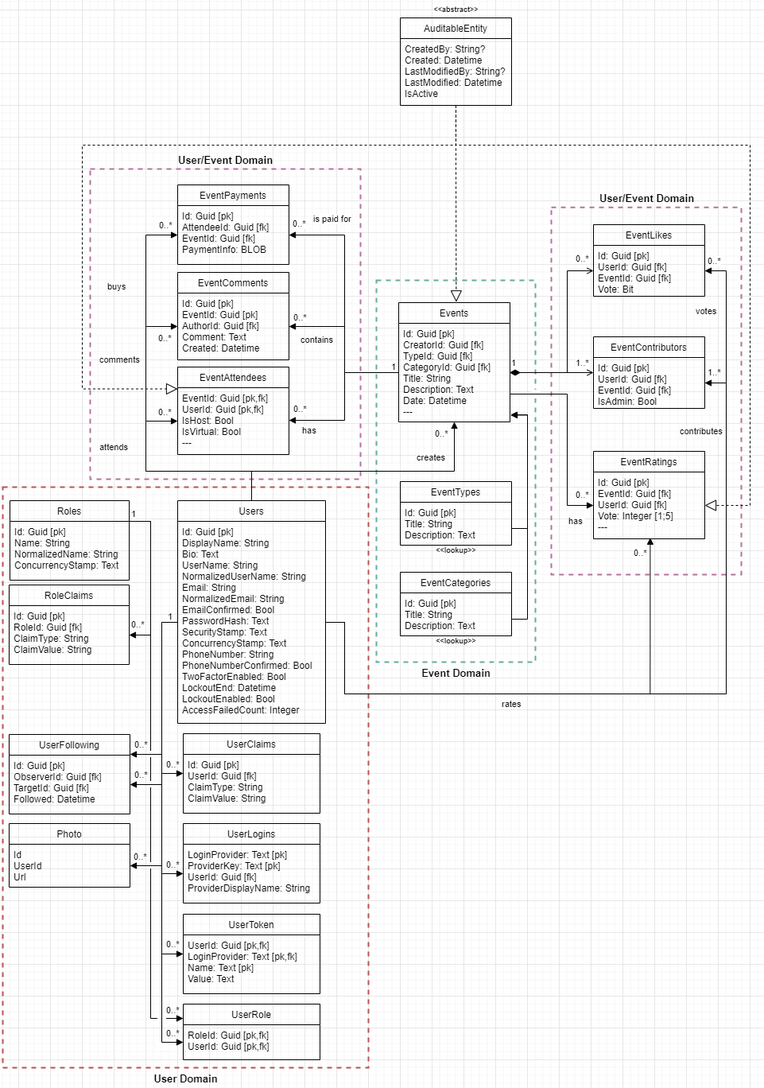
Super0silveR/DowntownApp-CAPSTONE keeps this draw.io diagram as Documentation/Diagrams/Domain/class_uml.drawio.png. Above is the earlier version. Source tidied: cells renumbered, new cells last; positions are measured from the earlier drawing's top-left corner, leaving out a move shared by most shapes.
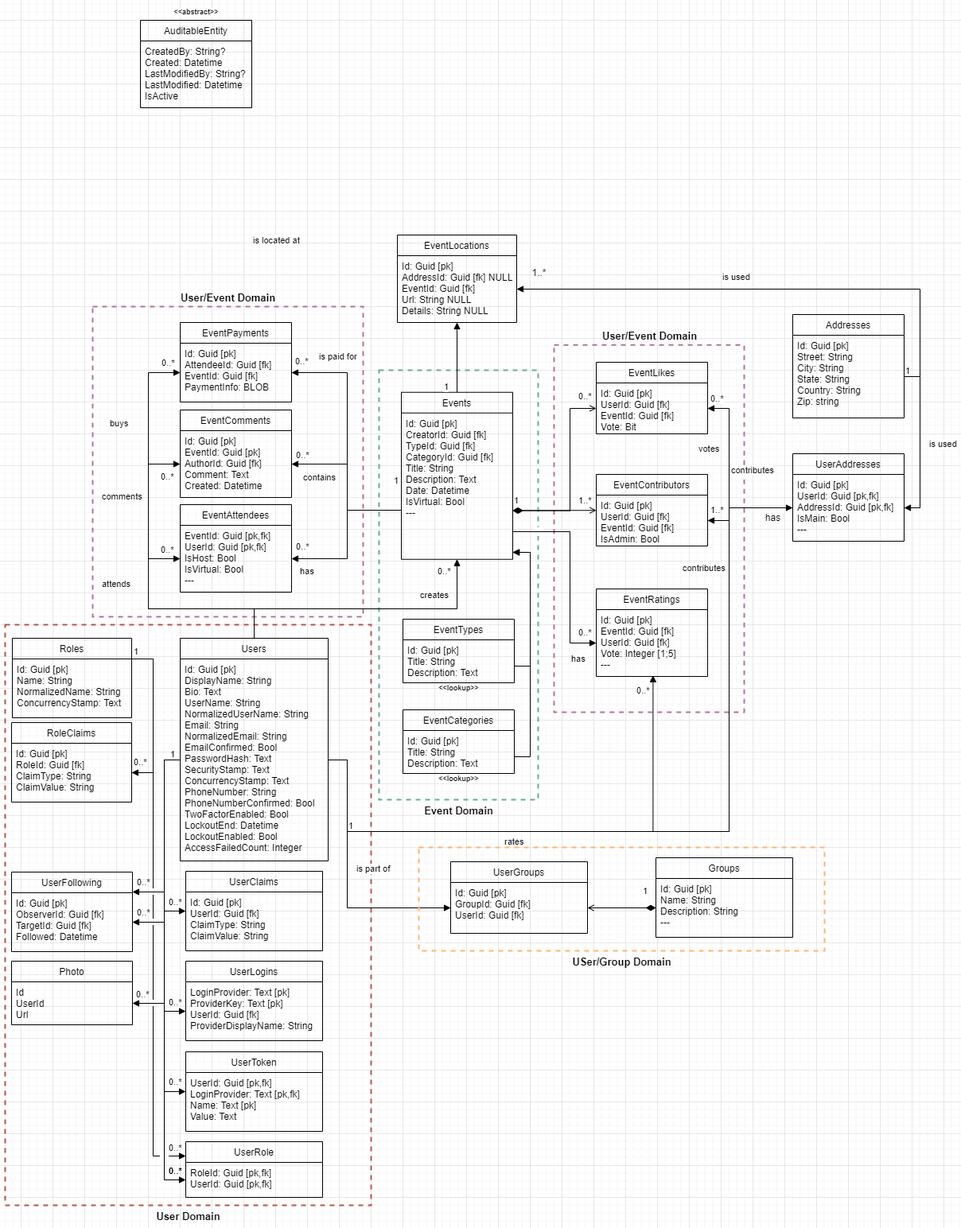
Later version of the same file.

Commit message:
modified the uml diagram.

The edit, as a diff of the source:
```diff
@@ -2,19 +2,22 @@
   <root>
     <mxCell id="0" />
     <mxCell id="1" parent="0" />
+    <mxCell id="113" style="verticalLabelPosition=bottom;verticalAlign=top;html=1;shape=mxgraph.basic.rect;fillColor2=none;strokeWidth=1;size=3.5;indent=0;strokeColor=#FFFFFF;fontSize=13;fontColor=none;fillColor=default;labelBackgroundColor=none;" parent="1" vertex="1">
+      <mxGeometry x="598" y="176" width="10" height="7" as="geometry" />
+    </mxCell>
     <mxCell id="2" value="&lt;b&gt;&lt;font style=&quot;font-size: 13px;&quot;&gt;User Domain&lt;/font&gt;&lt;/b&gt;" style="verticalLabelPosition=bottom;verticalAlign=top;html=1;shape=mxgraph.basic.rect;fillColor2=none;strokeWidth=2;size=20;indent=5;fillColor=none;dashed=1;strokeColor=#b85450;" parent="1" vertex="1">
       <mxGeometry y="610" width="460" height="730" as="geometry" />
     </mxCell>
     <mxCell id="3" value="&lt;b&gt;&lt;font style=&quot;font-size: 13px;&quot;&gt;Event Domain&lt;/font&gt;&lt;/b&gt;" style="verticalLabelPosition=bottom;verticalAlign=top;html=1;shape=mxgraph.basic.rect;fillColor2=none;strokeWidth=2;size=20;indent=5;fillColor=none;dashed=1;strokeColor=#67AB9F;labelPosition=center;align=center;" parent="1" vertex="1">
-      <mxGeometry x="470" y="350" width="200" height="480" as="geometry" />
+      <mxGeometry x="470" y="290" width="200" height="540" as="geometry" />
     </mxCell>
     <mxCell id="4" value="&lt;b&gt;&lt;font style=&quot;font-size: 13px;&quot;&gt;User/Event Domain&lt;/font&gt;&lt;/b&gt;" style="verticalLabelPosition=top;verticalAlign=bottom;html=1;shape=mxgraph.basic.rect;fillColor2=none;strokeWidth=2;size=20;indent=5;fillColor=none;dashed=1;strokeColor=#B5739D;labelPosition=center;align=center;" parent="1" vertex="1">
       <mxGeometry x="690" y="258.1" width="239" height="461.9" as="geometry" />
     </mxCell>
-    <mxCell id="5" value="1" style="endArrow=open;html=1;endSize=6;startArrow=diamondThin;startSize=10;startFill=1;align=left;verticalAlign=bottom;rounded=0;exitX=1;exitY=0.5;exitDx=0;exitDy=0;edgeStyle=orthogonalEdgeStyle;entryX=0;entryY=0.5;entryDx=0;entryDy=0;" parent="1" edge="1" source="21" target="74">
+    <mxCell id="5" value="1" style="endArrow=open;html=1;endSize=6;startArrow=diamondThin;startSize=10;startFill=1;align=left;verticalAlign=bottom;rounded=0;exitX=1.004;exitY=0.667;exitDx=0;exitDy=0;edgeStyle=orthogonalEdgeStyle;entryX=0;entryY=0.5;entryDx=0;entryDy=0;exitPerimeter=0;" parent="1" edge="1" source="21" target="74">
       <mxGeometry x="-1" y="3" relative="1" as="geometry">
         <Array as="points">
-          <mxPoint x="710" y="466" />
+          <mxPoint x="710" y="467" />
           <mxPoint x="710" y="338" />
         </Array>
       </mxGeometry>
@@ -22,7 +25,7 @@
     <mxCell id="6" value="&lt;b&gt;&lt;font style=&quot;font-size: 13px;&quot;&gt;User/Event Domain&lt;/font&gt;&lt;/b&gt;" style="verticalLabelPosition=top;verticalAlign=bottom;html=1;shape=mxgraph.basic.rect;fillColor2=none;strokeWidth=2;size=20;indent=5;fillColor=none;dashed=1;strokeColor=#B5739D;labelPosition=center;align=center;" parent="1" vertex="1">
       <mxGeometry x="110" y="210" width="340" height="390" as="geometry" />
     </mxCell>
-    <mxCell id="7" value="1" style="endArrow=open;html=1;endSize=6;startArrow=diamondThin;startSize=10;startFill=1;align=left;verticalAlign=bottom;rounded=0;exitX=1;exitY=0.5;exitDx=0;exitDy=0;" parent="1" edge="1" source="21" target="32">
+    <mxCell id="7" value="1" style="endArrow=open;html=1;endSize=6;startArrow=diamondThin;startSize=10;startFill=1;align=left;verticalAlign=bottom;rounded=0;exitX=0.997;exitY=0.667;exitDx=0;exitDy=0;exitPerimeter=0;" parent="1" edge="1" source="21" target="32">
       <mxGeometry x="-1" y="3" relative="1" as="geometry" />
     </mxCell>
     <mxCell id="8" value="RoleClaims" style="swimlane;fontStyle=0;horizontal=1;startSize=26;fillColor=none;labelBackgroundColor=none;" parent="1" vertex="1">
@@ -79,10 +82,10 @@
       <mxGeometry y="26" width="186" height="254" as="geometry" />
     </mxCell>
     <mxCell id="20" value="Events" style="swimlane;fontStyle=0;horizontal=1;startSize=26;fillColor=none;" parent="1" vertex="1">
-      <mxGeometry x="498" y="378" width="140" height="150" as="geometry" />
+      <mxGeometry x="498" y="317.8" width="140" height="210" as="geometry" />
     </mxCell>
-    <mxCell id="21" value="Id: Guid [pk]&#10;CreatorId: Guid [fk]&#10;TypeId: Guid [fk]&#10;CategoryId: Guid [fk]&#10;Title: String&#10;Description: Text&#10;Date: Datetime&#10;---&#10;" style="text;strokeColor=none;fillColor=none;align=left;verticalAlign=top;spacingLeft=4;spacingRight=4;overflow=hidden;points=[[0,0.5],[1,0.5]];portConstraint=eastwest;" parent="20" vertex="1">
-      <mxGeometry y="26" width="140" height="124" as="geometry" />
+    <mxCell id="21" value="Id: Guid [pk]&#10;CreatorId: Guid [fk]&#10;TypeId: Guid [fk]&#10;CategoryId: Guid [fk]&#10;Title: String&#10;Description: Text&#10;Date: Datetime&#10;IsVirtual: Bool&#10;---&#10;" style="text;strokeColor=none;fillColor=none;align=left;verticalAlign=top;spacingLeft=4;spacingRight=4;overflow=hidden;points=[[0,0.5],[1,0.5]];portConstraint=eastwest;" parent="20" vertex="1">
+      <mxGeometry y="26" width="140" height="184" as="geometry" />
     </mxCell>
     <mxCell id="22" value="EventAttendees" style="swimlane;fontStyle=0;horizontal=1;startSize=26;fillColor=none;" parent="1" vertex="1">
       <mxGeometry x="220" y="459" width="140" height="110" as="geometry" />
@@ -100,10 +103,11 @@
       </mxGeometry>
     </mxCell>
     <mxCell id="25" value="has" style="endArrow=block;endFill=1;html=1;align=left;verticalAlign=top;rounded=0;entryX=1;entryY=0.5;entryDx=0;entryDy=0;exitX=0;exitY=0.5;exitDx=0;exitDy=0;edgeStyle=orthogonalEdgeStyle;" parent="1" edge="1" source="21" target="23">
-      <mxGeometry x="0.85" relative="1" as="geometry">
+      <mxGeometry x="0.91" y="3" relative="1" as="geometry">
         <Array as="points">
+          <mxPoint x="498" y="466" />
           <mxPoint x="430" y="466" />
-          <mxPoint x="430" y="526" />
+          <mxPoint x="430" y="527" />
         </Array>
       </mxGeometry>
     </mxCell>
@@ -424,7 +428,7 @@
       <mxGeometry x="35" y="100" width="70" height="20" as="geometry" />
     </mxCell>
     <mxCell id="92" style="group;" parent="1" vertex="1">
-      <mxGeometry x="500" width="140" height="145" as="geometry" />
+      <mxGeometry x="170" y="-170" width="140" height="145" as="geometry" />
     </mxCell>
     <mxCell id="93" style="group;" parent="92" vertex="1">
       <mxGeometry y="20" width="140" height="125" as="geometry" />
@@ -438,34 +442,6 @@
     <mxCell id="96" value="&amp;lt;&amp;lt;&lt;span style=&quot;font-size: 9px;&quot;&gt;abstract&lt;/span&gt;&amp;gt;&amp;gt;" style="text;html=1;align=center;verticalAlign=middle;strokeColor=none;fillColor=none;fontSize=9;fontStyle=1;labelBackgroundColor=default;" parent="92" vertex="1">
       <mxGeometry x="30" width="80" height="20" as="geometry" />
     </mxCell>
-    <mxCell id="97" style="endArrow=block;dashed=1;endFill=0;endSize=12;html=1;rounded=0;labelBackgroundColor=none;fontSize=9;entryX=0.517;entryY=-0.005;entryDx=0;entryDy=0;edgeStyle=orthogonalEdgeStyle;entryPerimeter=0;" parent="1" edge="1" source="95" target="20">
-      <mxGeometry relative="1" as="geometry">
-        <Array as="points">
-          <mxPoint x="570" y="190" />
-          <mxPoint x="570" y="190" />
-        </Array>
-      </mxGeometry>
-    </mxCell>
-    <mxCell id="98" style="endArrow=block;dashed=1;endFill=0;endSize=12;html=1;rounded=0;labelBackgroundColor=none;fontSize=9;entryX=0;entryY=0.25;entryDx=0;entryDy=0;edgeStyle=orthogonalEdgeStyle;" parent="1" edge="1" target="22">
-      <mxGeometry relative="1" as="geometry">
-        <mxPoint x="570" y="130" as="sourcePoint" />
-        <Array as="points">
-          <mxPoint x="570" y="180" />
-          <mxPoint x="100" y="180" />
-          <mxPoint x="100" y="487" />
-        </Array>
-      </mxGeometry>
-    </mxCell>
-    <mxCell id="99" style="endArrow=block;dashed=1;endFill=0;endSize=12;html=1;rounded=0;labelBackgroundColor=none;fontSize=9;entryX=1;entryY=0.5;entryDx=0;entryDy=0;edgeStyle=orthogonalEdgeStyle;" parent="1" edge="1" target="53">
-      <mxGeometry relative="1" as="geometry">
-        <mxPoint x="570" y="130" as="sourcePoint" />
-        <Array as="points">
-          <mxPoint x="570" y="180" />
-          <mxPoint x="940" y="180" />
-          <mxPoint x="940" y="633" />
-        </Array>
-      </mxGeometry>
-    </mxCell>
     <mxCell id="100" style="group;" parent="1" vertex="1">
       <mxGeometry x="500" y="694" width="140" height="123" as="geometry" />
     </mxCell>
@@ -481,9 +457,10 @@
     <mxCell id="104" value="&amp;lt;&amp;lt;&lt;span style=&quot;font-size: 9px;&quot;&gt;lookup&lt;/span&gt;&amp;gt;&amp;gt;" style="text;html=1;align=center;verticalAlign=middle;strokeColor=none;fillColor=none;fontSize=9;fontStyle=1;labelBackgroundColor=default;" parent="100" vertex="1">
       <mxGeometry x="35" y="100" width="70" height="20" as="geometry" />
     </mxCell>
-    <mxCell id="105" style="endArrow=block;endFill=1;html=1;align=left;verticalAlign=top;rounded=0;exitX=1;exitY=0.5;exitDx=0;exitDy=0;edgeStyle=orthogonalEdgeStyle;entryX=1.005;entryY=0.931;entryDx=0;entryDy=0;entryPerimeter=0;" parent="1" edge="1" source="90" target="21">
+    <mxCell id="105" style="endArrow=block;endFill=1;html=1;align=left;verticalAlign=top;rounded=0;exitX=1;exitY=0.5;exitDx=0;exitDy=0;edgeStyle=orthogonalEdgeStyle;entryX=1.001;entryY=0.952;entryDx=0;entryDy=0;entryPerimeter=0;" parent="1" edge="1" source="90" target="21">
       <mxGeometry x="-0.2" y="-20" relative="1" as="geometry">
         <Array as="points">
+          <mxPoint x="640" y="662" />
           <mxPoint x="660" y="662" />
           <mxPoint x="660" y="519" />
         </Array>
@@ -492,9 +469,10 @@
     <mxCell id="106" style="verticalLabelPosition=bottom;verticalAlign=top;html=1;shape=mxgraph.basic.rect;fillColor2=none;strokeWidth=1;size=20;indent=0;strokeColor=#FFFFFF;fontSize=13;fontColor=none;fillColor=default;labelBackgroundColor=none;" parent="1" vertex="1">
       <mxGeometry x="181" y="942" width="10" height="7" as="geometry" />
     </mxCell>
-    <mxCell id="107" style="endArrow=block;endFill=1;html=1;align=left;verticalAlign=top;rounded=0;exitX=1;exitY=0.5;exitDx=0;exitDy=0;edgeStyle=orthogonalEdgeStyle;entryX=1.007;entryY=0.929;entryDx=0;entryDy=0;entryPerimeter=0;" parent="1" edge="1" source="103" target="21">
+    <mxCell id="107" style="endArrow=block;endFill=1;html=1;align=left;verticalAlign=top;rounded=0;exitX=1;exitY=0.5;exitDx=0;exitDy=0;edgeStyle=orthogonalEdgeStyle;" parent="1" edge="1" source="103" target="21">
       <mxGeometry x="-0.2" y="-20" relative="1" as="geometry">
         <Array as="points">
+          <mxPoint x="640" y="776" />
           <mxPoint x="660" y="776" />
           <mxPoint x="660" y="519" />
         </Array>
@@ -530,5 +508,106 @@
         <mxPoint x="-16" y="186" as="offset" />
       </mxGeometry>
     </mxCell>
+    <mxCell id="114" value="Addresses" style="swimlane;fontStyle=0;horizontal=1;startSize=26;fillColor=none;" parent="1" vertex="1">
+      <mxGeometry x="990" y="220" width="140" height="130" as="geometry" />
+    </mxCell>
+    <mxCell id="115" value="Id: Guid [pk]&#10;Street: String&#10;City: String&#10;State: String&#10;Country: String&#10;Zip: string" style="text;strokeColor=none;fillColor=none;align=left;verticalAlign=top;spacingLeft=4;spacingRight=4;overflow=hidden;points=[[0,0.5],[1,0.5]];portConstraint=eastwest;" parent="114" vertex="1">
+      <mxGeometry y="26" width="140" height="104" as="geometry" />
+    </mxCell>
+    <mxCell id="116" value="UserAddresses" style="swimlane;fontStyle=0;horizontal=1;startSize=26;fillColor=none;" parent="1" vertex="1">
+      <mxGeometry x="990" y="395" width="140" height="110" as="geometry" />
+    </mxCell>
+    <mxCell id="117" value="Id: Guid [pk]&#10;UserId: Guid [pk,fk]&#10;AddressId: Guid [pk,fk]&#10;IsMain: Bool&#10;---" style="text;strokeColor=none;fillColor=none;align=left;verticalAlign=top;spacingLeft=4;spacingRight=4;overflow=hidden;points=[[0,0.5],[1,0.5]];portConstraint=eastwest;" parent="116" vertex="1">
+      <mxGeometry y="26" width="140" height="84" as="geometry" />
+    </mxCell>
+    <mxCell id="118" value="is used" style="endArrow=block;endFill=1;html=1;edgeStyle=orthogonalEdgeStyle;align=left;verticalAlign=top;rounded=0;exitX=1;exitY=0.5;exitDx=0;exitDy=0;entryX=1;entryY=0.5;entryDx=0;entryDy=0;" parent="1" edge="1" source="115" target="117">
+      <mxGeometry x="-0.1" y="10" relative="1" as="geometry">
+        <Array as="points">
+          <mxPoint x="1150" y="298" />
+          <mxPoint x="1150" y="463" />
+        </Array>
+      </mxGeometry>
+    </mxCell>
+    <mxCell id="119" value="1" style="edgeLabel;html=1;align=left;verticalAlign=bottom;" parent="118" vertex="1">
+      <mxGeometry x="-1" relative="1" as="geometry" />
+    </mxCell>
+    <mxCell id="120" value="contributes" style="endArrow=block;endFill=1;html=1;align=left;verticalAlign=top;rounded=0;exitX=1;exitY=0.5;exitDx=0;exitDy=0;edgeStyle=orthogonalEdgeStyle;entryX=0;entryY=0.5;entryDx=0;entryDy=0;" parent="1" edge="1" source="19" target="117">
+      <mxGeometry x="0.85" y="60" relative="1" as="geometry">
+        <Array as="points">
+          <mxPoint x="430" y="780" />
+          <mxPoint x="430" y="870" />
+          <mxPoint x="910" y="870" />
+          <mxPoint x="910" y="463" />
+        </Array>
+      </mxGeometry>
+    </mxCell>
+    <mxCell id="121" value="0..*" style="edgeLabel;html=1;align=left;verticalAlign=bottom;labelBackgroundColor=none;" parent="120" vertex="1">
+      <mxGeometry x="-1" relative="1" as="geometry">
+        <mxPoint x="-202" y="524" as="offset" />
+      </mxGeometry>
+    </mxCell>
+    <mxCell id="122" value="has" style="text;html=1;align=center;verticalAlign=middle;strokeColor=none;fillColor=none;" parent="1" vertex="1">
+      <mxGeometry x="945" y="461" width="40" height="30" as="geometry" />
+    </mxCell>
+    <mxCell id="123" value="EventLocations" style="swimlane;fontStyle=0;horizontal=1;startSize=26;fillColor=none;" parent="1" vertex="1">
+      <mxGeometry x="493" y="120" width="150" height="110" as="geometry" />
+    </mxCell>
+    <mxCell id="124" value="Id: Guid [pk]&#10;AddressId: Guid [fk] NULL&#10;EventId: Guid [fk]&#10;Url: String NULL&#10;Details: String NULL" style="text;strokeColor=none;fillColor=none;align=left;verticalAlign=top;spacingLeft=4;spacingRight=4;overflow=hidden;points=[[0,0.5],[1,0.5]];portConstraint=eastwest;" parent="123" vertex="1">
+      <mxGeometry y="26" width="150" height="84" as="geometry" />
+    </mxCell>
+    <mxCell id="125" value="is located at" style="endArrow=block;endFill=1;html=1;edgeStyle=orthogonalEdgeStyle;align=left;verticalAlign=top;rounded=0;exitX=0.5;exitY=0;exitDx=0;exitDy=0;" parent="1" edge="1" source="20" target="124">
+      <mxGeometry x="0.28" y="165" relative="1" as="geometry">
+        <Array as="points">
+          <mxPoint x="568" y="240" />
+          <mxPoint x="568" y="240" />
+        </Array>
+        <mxPoint x="-93" y="-148" as="offset" />
+      </mxGeometry>
+    </mxCell>
+    <mxCell id="126" value="1" style="edgeLabel;html=1;align=left;verticalAlign=bottom;" parent="125" vertex="1">
+      <mxGeometry x="-1" relative="1" as="geometry">
+        <mxPoint x="-18" as="offset" />
+      </mxGeometry>
+    </mxCell>
+    <mxCell id="127" value="1..*" style="text;html=1;align=center;verticalAlign=middle;strokeColor=none;fillColor=none;" parent="1" vertex="1">
+      <mxGeometry x="650.8" y="153" width="40" height="30" as="geometry" />
+    </mxCell>
+    <mxCell id="128" value="is used" style="endArrow=block;endFill=1;html=1;edgeStyle=orthogonalEdgeStyle;align=left;verticalAlign=top;rounded=0;exitX=1;exitY=0.5;exitDx=0;exitDy=0;entryX=1;entryY=0.5;entryDx=0;entryDy=0;" parent="1" edge="1" source="115" target="124">
+      <mxGeometry x="0.19" y="-28" relative="1" as="geometry">
+        <Array as="points">
+          <mxPoint x="1150" y="298" />
+          <mxPoint x="1150" y="188" />
+        </Array>
+      </mxGeometry>
+    </mxCell>
+    <mxCell id="129" value="1" style="edgeLabel;html=1;align=left;verticalAlign=bottom;" parent="128" vertex="1">
+      <mxGeometry x="-1" relative="1" as="geometry" />
+    </mxCell>
+    <mxCell id="130" value="Groups" style="swimlane;fontStyle=0;horizontal=1;startSize=26;fillColor=none;labelBackgroundColor=none;" parent="1" vertex="1">
+      <mxGeometry x="818" y="903" width="172" height="100" as="geometry" />
+    </mxCell>
+    <mxCell id="131" value="Id: Guid [pk]&#10;Name: String&#10;Description: String&#10;---" style="text;strokeColor=none;fillColor=none;align=left;verticalAlign=top;spacingLeft=4;spacingRight=4;overflow=hidden;points=[[0,0.5],[1,0.5]];portConstraint=eastwest;labelBackgroundColor=none;" parent="130" vertex="1">
+      <mxGeometry y="26" width="172" height="74" as="geometry" />
+    </mxCell>
+    <mxCell id="132" value="UserGroups" style="swimlane;fontStyle=0;horizontal=1;startSize=26;fillColor=none;labelBackgroundColor=none;" parent="1" vertex="1">
+      <mxGeometry x="560" y="908" width="172" height="90" as="geometry" />
+    </mxCell>
+    <mxCell id="133" value="Id: Guid [pk]&#10;GroupId: Guid [fk]&#10;UserId: Guid [fk]" style="text;strokeColor=none;fillColor=none;align=left;verticalAlign=top;spacingLeft=4;spacingRight=4;overflow=hidden;points=[[0,0.5],[1,0.5]];portConstraint=eastwest;labelBackgroundColor=none;" parent="132" vertex="1">
+      <mxGeometry y="26" width="172" height="64" as="geometry" />
+    </mxCell>
+    <mxCell id="134" value="1" style="endArrow=open;html=1;endSize=6;startArrow=diamondThin;startSize=10;startFill=1;align=left;verticalAlign=bottom;rounded=0;exitX=0;exitY=0.5;exitDx=0;exitDy=0;entryX=1;entryY=0.5;entryDx=0;entryDy=0;" parent="1" edge="1" source="131" target="133">
+      <mxGeometry x="-0.58" y="-12" relative="1" as="geometry" />
+    </mxCell>
+    <mxCell id="135" value="is part of" style="endArrow=block;endFill=1;html=1;edgeStyle=orthogonalEdgeStyle;align=left;verticalAlign=top;rounded=0;entryX=0;entryY=0.5;entryDx=0;entryDy=0;" parent="1" edge="1" target="133">
+      <mxGeometry x="-0.71" y="10" relative="1" as="geometry">
+        <mxPoint x="430" y="870" as="sourcePoint" />
+      </mxGeometry>
+    </mxCell>
+    <mxCell id="136" value="1" style="edgeLabel;html=1;align=left;verticalAlign=bottom;" parent="135" vertex="1">
+      <mxGeometry x="-1" relative="1" as="geometry" />
+    </mxCell>
+    <mxCell id="137" value="&lt;b&gt;&lt;font style=&quot;font-size: 13px;&quot;&gt;USer/Group Domain&lt;/font&gt;&lt;/b&gt;" style="verticalLabelPosition=bottom;verticalAlign=top;html=1;shape=mxgraph.basic.rect;fillColor2=none;strokeWidth=2;size=20;indent=5;fillColor=none;dashed=1;strokeColor=#FFB570;" parent="1" vertex="1">
+      <mxGeometry x="520" y="890" width="510" height="130" as="geometry" />
+    </mxCell>
   </root>
 </mxGraphModel>
```
